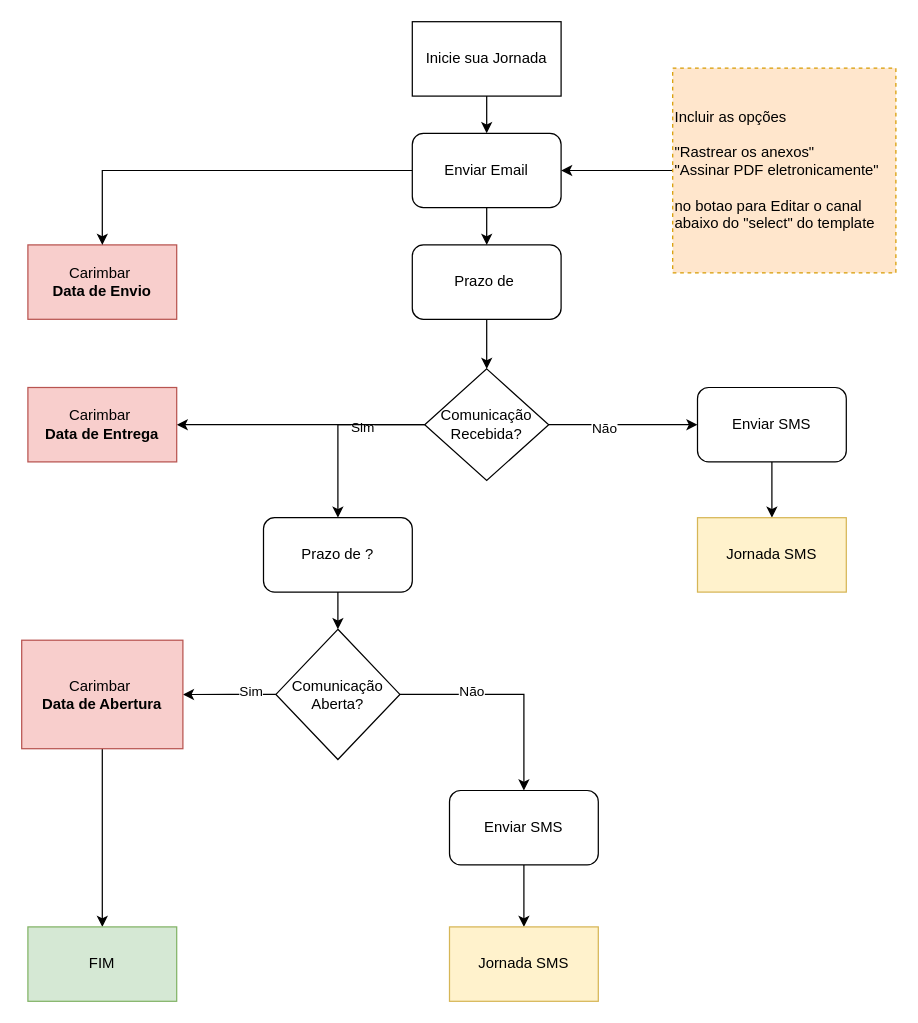
Earlier version of the draw.io diagram page "Desenho Jornada Email Carimbos Multiplos" (4 of 8) of Diagrama Carimbo.drawio (caio-bueno/draws-valid). Source tidied: cells renumbered, new cells numbered last; positions are measured from the earlier drawing's top-left corner, leaving out a move shared by most shapes. Both pictures are drawn from the tidied source at 124%, with x=0, y=0 at pixel (21, 21).
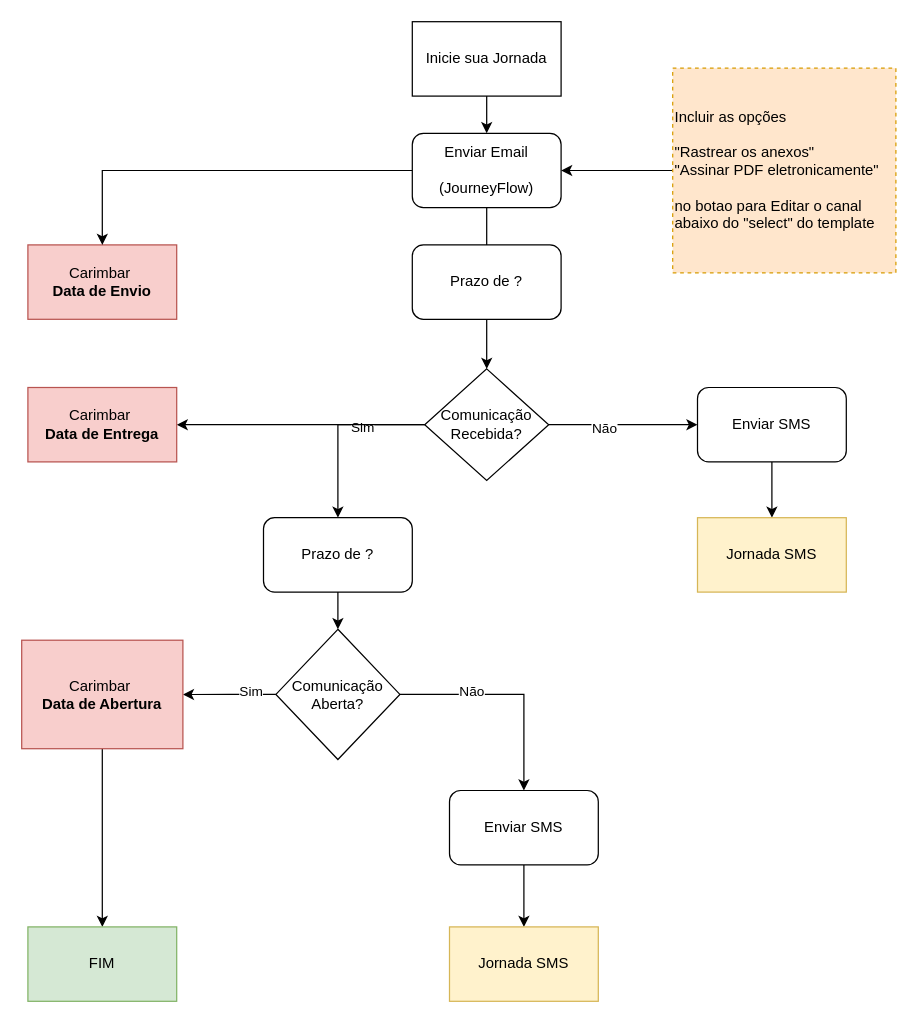
The same page after the edit.

The change refers to these unchanged cells:
```xml
<mxCell id="13" value="Comunicação Recebida?" style="rhombus;whiteSpace=wrap;html=1;" parent="1" vertex="1">
  <mxGeometry x="325" y="280" width="100" height="90" as="geometry" />
</mxCell>
```

The edit, as a diff of the source:
```diff
@@
-    <mxCell id="4" style="edgeStyle=orthogonalEdgeStyle;rounded=0;jettySize=auto;html=1;" parent="1" edge="1" source="5" target="7">
-      <mxGeometry relative="1" as="geometry" />
-    </mxCell>
-    <mxCell id="5" value="Enviar Email" style="rounded=1;whiteSpace=wrap;html=1;" parent="1" vertex="1">
+    <mxCell id="5" value="Enviar Email&lt;div&gt;&lt;br&gt;&lt;/div&gt;&lt;div&gt;(JourneyFlow)&lt;/div&gt;" style="rounded=1;whiteSpace=wrap;html=1;" parent="1" vertex="1">
       <mxGeometry x="315" y="90" width="120" height="60" as="geometry" />
     </mxCell>
-    <mxCell id="6" style="edgeStyle=orthogonalEdgeStyle;rounded=0;jettySize=auto;html=1;" parent="1" edge="1" source="7" target="13">
+    <mxCell id="6" style="edgeStyle=orthogonalEdgeStyle;rounded=0;jettySize=auto;html=1;" parent="1" edge="1" source="5" target="13">
       <mxGeometry relative="1" as="geometry" />
     </mxCell>
-    <mxCell id="7" value="Prazo de&amp;nbsp;" style="whiteSpace=wrap;html=1;rounded=1;" parent="1" vertex="1">
-      <mxGeometry x="315" y="180" width="120" height="60" as="geometry" />
-    </mxCell>
@@
+    <mxCell id="35" value="Prazo de ?" style="rounded=1;whiteSpace=wrap;html=1;" parent="1" vertex="1">
+      <mxGeometry x="315" y="180" width="120" height="60" as="geometry" />
+    </mxCell>
```
